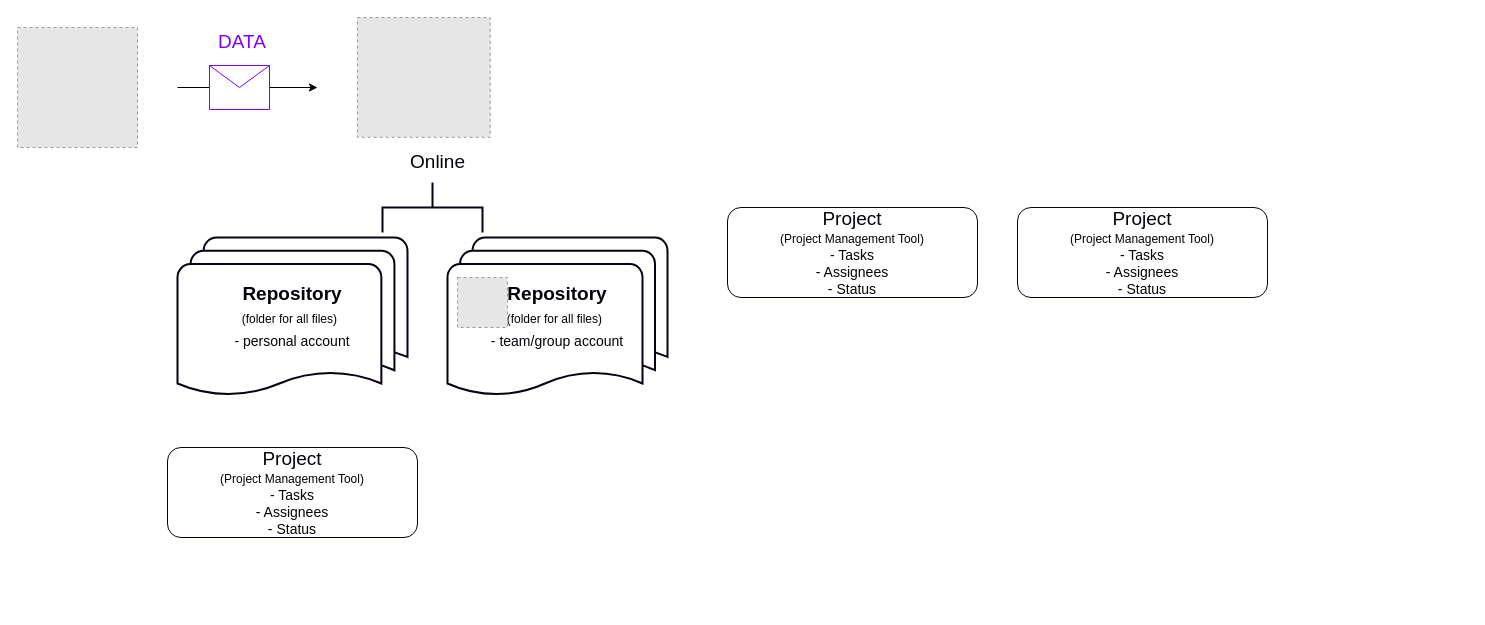
The draw.io diagram Untitled Diagram.drawio in camrynallen/CamrynDAllen, before the edit. Source tidied: cells renumbered, new cells numbered last; positions are measured from the earlier drawing's top-left corner, leaving out a move shared by most shapes. Both pictures are drawn from the tidied source at 100%, with x=0, y=0 at pixel (17, 17). Pictures stored in the file or linked from it are replaced by grey dashed boxes.
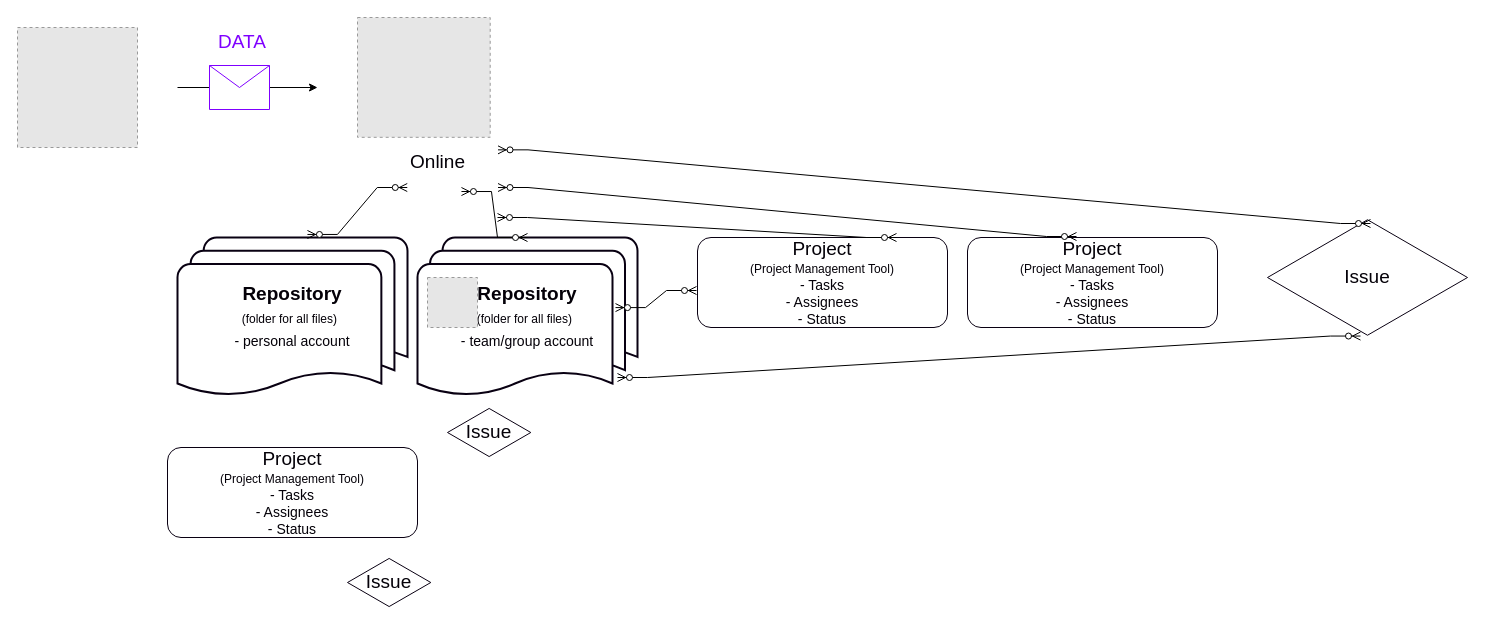
Above is the later version.

Unchanged cells that the change refers to:
```xml
<mxCell id="8" value="Online" style="text;html=1;strokeColor=none;fillColor=none;align=center;verticalAlign=middle;whiteSpace=wrap;rounded=0;fontSize=19;fontColor=#040008;" parent="6" vertex="1">
  <mxGeometry x="19.5" y="119.8" width="121" height="50.2" as="geometry" />
</mxCell>
<mxCell id="13" value="&lt;b&gt;Repository&lt;br&gt;&lt;/b&gt;&lt;font style=&quot;font-size: 12px;&quot;&gt;(folder for all files)&lt;/font&gt;&amp;nbsp;&lt;br&gt;&lt;font style=&quot;font-size: 14px;&quot;&gt;- personal account&lt;/font&gt;" style="strokeWidth=2;html=1;shape=mxgraph.flowchart.multi-document;whiteSpace=wrap;strokeColor=#090012;fontSize=19;fontColor=#040008;" parent="1" vertex="1">
  <mxGeometry x="160" y="220" width="230" height="160" as="geometry" />
</mxCell>
```

Change to the diagram source:
```diff
@@
     <mxCell id="9" value="&lt;font style=&quot;font-size: 19px;&quot;&gt;Project&lt;/font&gt;&lt;br&gt;&lt;font style=&quot;font-size: 12px;&quot;&gt;(Project Management Tool)&lt;br&gt;&lt;/font&gt;- Tasks&lt;br&gt;- Assignees&lt;br&gt;- Status" style="rounded=1;whiteSpace=wrap;html=1;strokeColor=#090012;fontSize=14;fontColor=#040008;" parent="1" vertex="1">
-      <mxGeometry x="710" y="190" width="250" height="90" as="geometry" />
+      <mxGeometry x="680" y="220" width="250" height="90" as="geometry" />
     </mxCell>
@@
     <mxCell id="11" value="&lt;font style=&quot;font-size: 19px;&quot;&gt;Project&lt;/font&gt;&lt;br&gt;&lt;font style=&quot;font-size: 12px;&quot;&gt;(Project Management Tool)&lt;br&gt;&lt;/font&gt;- Tasks&lt;br&gt;- Assignees&lt;br&gt;- Status" style="rounded=1;whiteSpace=wrap;html=1;strokeColor=#090012;fontSize=14;fontColor=#040008;" parent="1" vertex="1">
-      <mxGeometry x="1000" y="190" width="250" height="90" as="geometry" />
+      <mxGeometry x="950" y="220" width="250" height="90" as="geometry" />
     </mxCell>
-    <mxCell id="12" style="strokeWidth=2;html=1;shape=mxgraph.flowchart.annotation_2;align=left;labelPosition=right;strokeColor=#090012;fontSize=19;fontColor=#040008;rotation=90;" parent="1" vertex="1">
-      <mxGeometry x="390" y="140" width="50" height="100" as="geometry" />
-    </mxCell>
@@
     <mxCell id="14" value="&lt;b&gt;Repository&lt;br&gt;&lt;/b&gt;&lt;font style=&quot;font-size: 12px;&quot;&gt;(folder for all files)&lt;/font&gt;&amp;nbsp;&lt;br&gt;&lt;font style=&quot;font-size: 14px;&quot;&gt;- team/group account&lt;/font&gt;" style="strokeWidth=2;html=1;shape=mxgraph.flowchart.multi-document;whiteSpace=wrap;strokeColor=#090012;fontSize=19;fontColor=#040008;" parent="1" vertex="1">
-      <mxGeometry x="430" y="220" width="220" height="160" as="geometry" />
+      <mxGeometry x="400" y="220" width="220" height="160" as="geometry" />
     </mxCell>
     <mxCell id="15" style="fillColor=#E6E6E6;strokeColor=#999999;dashed=1;verticalLabelPosition=bottom;verticalAlign=top;fontSize=19;fontColor=#040008;" parent="1" vertex="1">
-      <mxGeometry x="440" y="260" width="50" height="50" as="geometry" />
+      <mxGeometry x="410" y="260" width="50" height="50" as="geometry" />
     </mxCell>
+    <mxCell id="16" value="Issue" style="html=1;whiteSpace=wrap;shape=isoRectangle;strokeColor=#090012;fontSize=19;fontColor=#040008;" parent="1" vertex="1">
+      <mxGeometry x="430" y="390" width="83.3" height="50" as="geometry" />
+    </mxCell>
+    <mxCell id="17" value="Issue" style="html=1;whiteSpace=wrap;shape=isoRectangle;strokeColor=#090012;fontSize=19;fontColor=#040008;" parent="1" vertex="1">
+      <mxGeometry x="1250" y="200" width="200" height="120" as="geometry" />
+    </mxCell>
+    <mxCell id="18" value="Issue" style="html=1;whiteSpace=wrap;shape=isoRectangle;strokeColor=#090012;fontSize=19;fontColor=#040008;" parent="1" vertex="1">
+      <mxGeometry x="330" y="540" width="83.3" height="50" as="geometry" />
+    </mxCell>
+    <mxCell id="19" style="edgeStyle=entityRelationEdgeStyle;fontSize=12;html=1;endArrow=ERzeroToMany;endFill=1;startArrow=ERzeroToMany;rounded=0;fontColor=#040008;entryX=0.436;entryY=-0.011;entryDx=0;entryDy=0;entryPerimeter=0;exitX=1;exitY=1;exitDx=0;exitDy=0;" parent="1" edge="1" source="8" target="11">
+      <mxGeometry relative="1" as="geometry" />
+    </mxCell>
+    <mxCell id="20" style="edgeStyle=entityRelationEdgeStyle;fontSize=12;html=1;endArrow=ERzeroToMany;endFill=1;startArrow=ERzeroToMany;rounded=0;fontColor=#040008;entryX=0.515;entryY=0.05;entryDx=0;entryDy=0;entryPerimeter=0;exitX=1;exitY=0.25;exitDx=0;exitDy=0;" parent="1" edge="1" source="8" target="17">
+      <mxGeometry relative="1" as="geometry" />
+    </mxCell>
+    <mxCell id="21" style="edgeStyle=entityRelationEdgeStyle;fontSize=12;html=1;endArrow=ERzeroToMany;endFill=1;startArrow=ERzeroToMany;rounded=0;fontColor=#040008;entryX=0.436;entryY=-0.011;entryDx=0;entryDy=0;entryPerimeter=0;" parent="1" edge="1">
+      <mxGeometry relative="1" as="geometry">
+        <mxPoint x="480" y="200" as="sourcePoint" />
+        <mxPoint x="879" y="220" as="targetPoint" />
+      </mxGeometry>
+    </mxCell>
+    <mxCell id="22" style="edgeStyle=entityRelationEdgeStyle;fontSize=12;html=1;endArrow=ERzeroToMany;endFill=1;startArrow=ERzeroToMany;rounded=0;fontColor=#040008;entryX=0.5;entryY=0;entryDx=0;entryDy=0;entryPerimeter=0;exitX=0.698;exitY=1.08;exitDx=0;exitDy=0;exitPerimeter=0;" parent="1" edge="1" source="8" target="14">
+      <mxGeometry relative="1" as="geometry" />
+    </mxCell>
+    <mxCell id="23" style="edgeStyle=entityRelationEdgeStyle;fontSize=12;html=1;endArrow=ERzeroToMany;endFill=1;startArrow=ERzeroToMany;rounded=0;fontColor=#040008;entryX=0.565;entryY=-0.019;entryDx=0;entryDy=0;entryPerimeter=0;exitX=0.25;exitY=1;exitDx=0;exitDy=0;" parent="1" edge="1" source="8" target="13">
+      <mxGeometry relative="1" as="geometry" />
+    </mxCell>
+    <mxCell id="24" style="edgeStyle=entityRelationEdgeStyle;fontSize=12;html=1;endArrow=ERzeroToMany;endFill=1;startArrow=ERzeroToMany;rounded=0;fontColor=#040008;entryX=-0.004;entryY=0.589;entryDx=0;entryDy=0;entryPerimeter=0;exitX=0.9;exitY=0.438;exitDx=0;exitDy=0;exitPerimeter=0;" parent="1" edge="1" source="14" target="9">
+      <mxGeometry relative="1" as="geometry" />
+    </mxCell>
+    <mxCell id="25" style="edgeStyle=entityRelationEdgeStyle;fontSize=12;html=1;endArrow=ERzeroToMany;endFill=1;startArrow=ERzeroToMany;rounded=0;fontColor=#040008;exitX=0.909;exitY=0.875;exitDx=0;exitDy=0;exitPerimeter=0;entryX=0.465;entryY=0.988;entryDx=0;entryDy=0;entryPerimeter=0;" parent="1" edge="1" source="14" target="17">
+      <mxGeometry relative="1" as="geometry" />
+    </mxCell>
```
